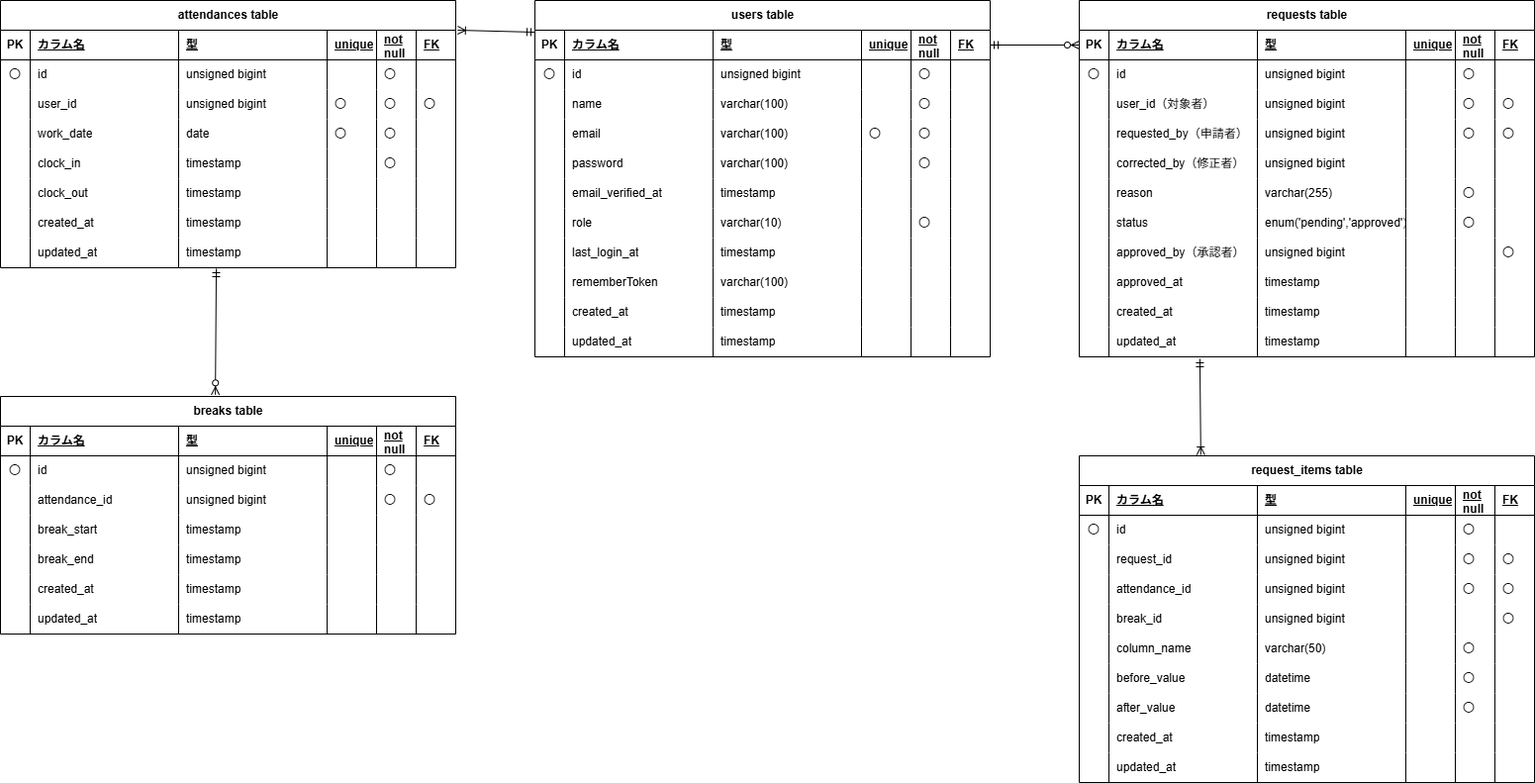
Above: mock-case2.png in ErikoKikuchi/mock-case2 (draw.io), before the change. Source tidied: cells renumbered, new cells last; positions are measured from the earlier drawing's top-left corner, leaving out a move shared by most shapes.
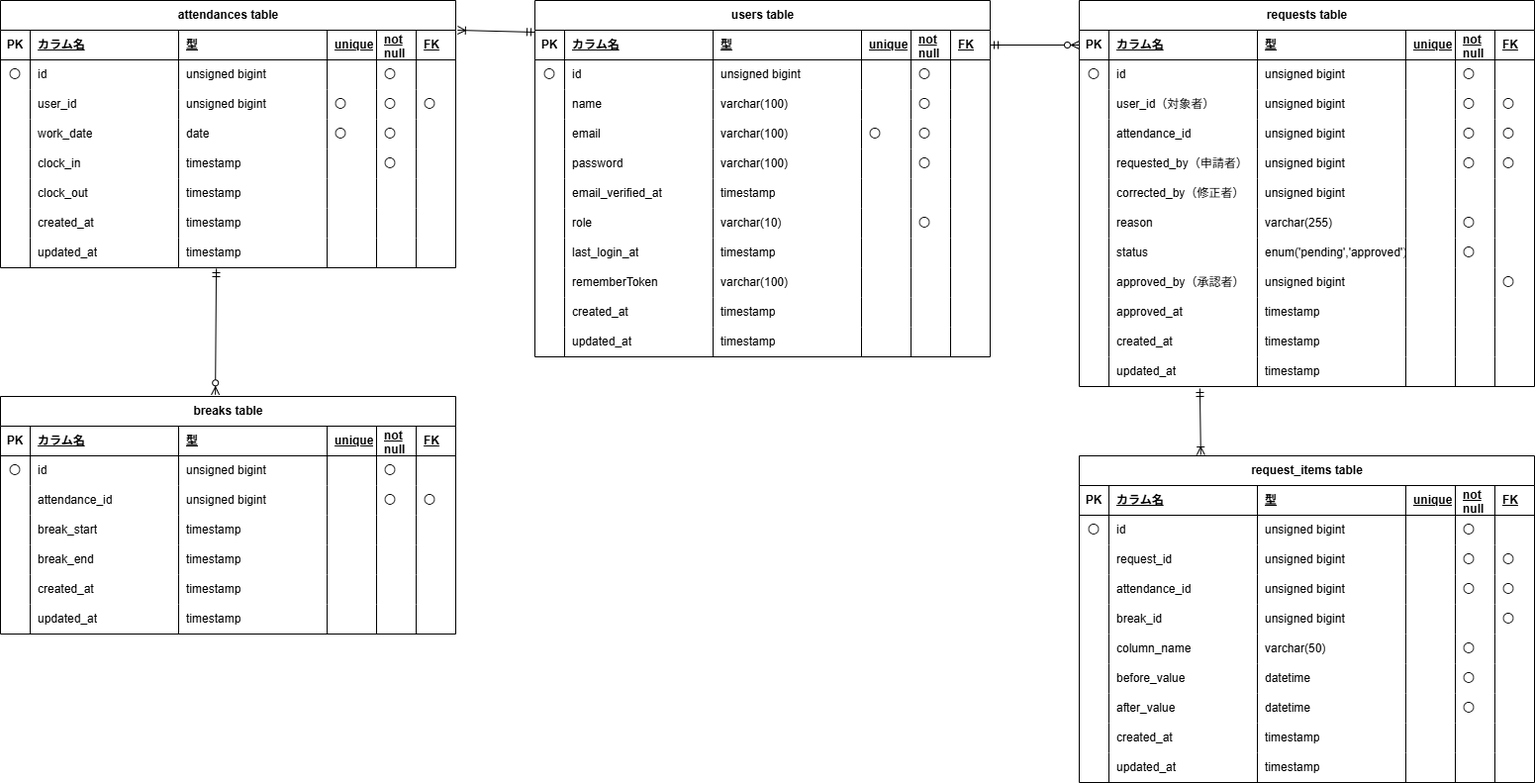
After the change.

What changed in the source:
```diff
@@ -558,7 +558,7 @@
       <mxGeometry x="420" width="40" height="30" as="geometry" />
     </mxCell>
     <mxCell id="187" value="requests table" style="shape=table;startSize=30;rowLines=0;fontStyle=1;align=center;html=1;" parent="1" vertex="1">
-      <mxGeometry x="1090" width="460" height="360" as="geometry" />
+      <mxGeometry x="1090" width="460" height="390" as="geometry" />
     </mxCell>
     <mxCell id="188" style="shape=tableRow;horizontal=0;startSize=0;swimlaneHead=0;swimlaneBody=0;fillColor=none;points=[[0,0.5],[1,0.5]];portConstraint=eastwest;top=0;left=0;right=0;bottom=1;" parent="187" vertex="1">
       <mxGeometry y="30" width="460" height="30" as="geometry" />
@@ -623,8 +623,29 @@
     <mxCell id="208" value="&lt;span style=&quot;color: rgb(0, 0, 0);&quot;&gt;〇&lt;/span&gt;" style="shape=partialRectangle;fillColor=none;top=0;left=0;bottom=0;right=0;align=left;spacingLeft=6;overflow=hidden;whiteSpace=wrap;html=1;" parent="202" vertex="1">
       <mxGeometry x="420" width="40" height="30" as="geometry" />
     </mxCell>
+    <mxCell id="340" style="shape=tableRow;horizontal=0;startSize=0;swimlaneHead=0;swimlaneBody=0;fillColor=none;top=0;left=0;right=0;bottom=0;" parent="187" vertex="1">
+      <mxGeometry y="120" width="460" height="30" as="geometry" />
+    </mxCell>
+    <mxCell id="341" style="shape=partialRectangle;fillColor=none;top=0;left=0;bottom=0;right=0;overflow=hidden;whiteSpace=wrap;html=1;" parent="340" vertex="1">
+      <mxGeometry width="30" height="30" as="geometry" />
+    </mxCell>
+    <mxCell id="342" value="attendance_id" style="shape=partialRectangle;fillColor=none;top=0;left=0;bottom=0;right=0;align=left;spacingLeft=6;overflow=hidden;whiteSpace=wrap;html=1;" parent="340" vertex="1">
+      <mxGeometry x="30" width="150" height="30" as="geometry" />
+    </mxCell>
+    <mxCell id="343" style="shape=partialRectangle;fillColor=none;top=0;left=0;bottom=0;right=0;align=left;spacingLeft=6;overflow=hidden;whiteSpace=wrap;html=1;" parent="340" vertex="1">
+      <mxGeometry x="180" width="150" height="30" as="geometry" />
+    </mxCell>
+    <mxCell id="344" style="shape=partialRectangle;fillColor=none;top=0;left=0;bottom=0;right=0;align=left;spacingLeft=6;overflow=hidden;whiteSpace=wrap;html=1;" parent="340" vertex="1">
+      <mxGeometry x="330" width="50" height="30" as="geometry" />
+    </mxCell>
+    <mxCell id="345" value="〇" style="shape=partialRectangle;fillColor=none;top=0;left=0;bottom=0;right=0;align=left;spacingLeft=6;overflow=hidden;whiteSpace=wrap;html=1;" parent="340" vertex="1">
+      <mxGeometry x="380" width="40" height="30" as="geometry" />
+    </mxCell>
+    <mxCell id="346" value="〇" style="shape=partialRectangle;fillColor=none;top=0;left=0;bottom=0;right=0;align=left;spacingLeft=6;overflow=hidden;whiteSpace=wrap;html=1;" parent="340" vertex="1">
+      <mxGeometry x="420" width="40" height="30" as="geometry" />
+    </mxCell>
     <mxCell id="209" style="shape=tableRow;horizontal=0;startSize=0;swimlaneHead=0;swimlaneBody=0;fillColor=none;top=0;left=0;right=0;bottom=0;" parent="187" vertex="1">
-      <mxGeometry y="120" width="460" height="30" as="geometry" />
+      <mxGeometry y="150" width="460" height="30" as="geometry" />
     </mxCell>
     <mxCell id="210" style="shape=partialRectangle;fillColor=none;top=0;left=0;bottom=0;right=0;overflow=hidden;whiteSpace=wrap;html=1;" parent="209" vertex="1">
       <mxGeometry width="30" height="30" as="geometry" />
@@ -645,7 +666,7 @@
       <mxGeometry x="420" width="40" height="30" as="geometry" />
     </mxCell>
     <mxCell id="216" style="shape=tableRow;horizontal=0;startSize=0;swimlaneHead=0;swimlaneBody=0;fillColor=none;top=0;left=0;right=0;bottom=0;" parent="187" vertex="1">
-      <mxGeometry y="150" width="460" height="30" as="geometry" />
+      <mxGeometry y="180" width="460" height="30" as="geometry" />
     </mxCell>
     <mxCell id="217" style="shape=partialRectangle;fillColor=none;top=0;left=0;bottom=0;right=0;overflow=hidden;whiteSpace=wrap;html=1;" parent="216" vertex="1">
       <mxGeometry width="30" height="30" as="geometry" />
@@ -666,7 +687,7 @@
       <mxGeometry x="420" width="40" height="30" as="geometry" />
     </mxCell>
     <mxCell id="223" style="shape=tableRow;horizontal=0;startSize=0;swimlaneHead=0;swimlaneBody=0;fillColor=none;top=0;left=0;right=0;bottom=0;" parent="187" vertex="1">
-      <mxGeometry y="180" width="460" height="30" as="geometry" />
+      <mxGeometry y="210" width="460" height="30" as="geometry" />
     </mxCell>
     <mxCell id="224" style="shape=partialRectangle;fillColor=none;top=0;left=0;bottom=0;right=0;overflow=hidden;whiteSpace=wrap;html=1;" parent="223" vertex="1">
       <mxGeometry width="30" height="30" as="geometry" />
@@ -687,7 +708,7 @@
       <mxGeometry x="420" width="40" height="30" as="geometry" />
     </mxCell>
     <mxCell id="230" style="shape=tableRow;horizontal=0;startSize=0;swimlaneHead=0;swimlaneBody=0;fillColor=none;top=0;left=0;right=0;bottom=0;" parent="187" vertex="1">
-      <mxGeometry y="210" width="460" height="30" as="geometry" />
+      <mxGeometry y="240" width="460" height="30" as="geometry" />
     </mxCell>
     <mxCell id="231" style="shape=partialRectangle;fillColor=none;top=0;left=0;bottom=0;right=0;overflow=hidden;whiteSpace=wrap;html=1;" parent="230" vertex="1">
       <mxGeometry width="30" height="30" as="geometry" />
@@ -708,7 +729,7 @@
       <mxGeometry x="420" width="40" height="30" as="geometry" />
     </mxCell>
     <mxCell id="237" style="shape=tableRow;horizontal=0;startSize=0;swimlaneHead=0;swimlaneBody=0;fillColor=none;top=0;left=0;right=0;bottom=0;" parent="187" vertex="1">
-      <mxGeometry y="240" width="460" height="30" as="geometry" />
+      <mxGeometry y="270" width="460" height="30" as="geometry" />
     </mxCell>
     <mxCell id="238" style="shape=partialRectangle;fillColor=none;top=0;left=0;bottom=0;right=0;overflow=hidden;whiteSpace=wrap;html=1;" parent="237" vertex="1">
       <mxGeometry width="30" height="30" as="geometry" />
@@ -729,7 +750,7 @@
       <mxGeometry x="420" width="40" height="30" as="geometry" />
     </mxCell>
     <mxCell id="244" style="shape=tableRow;horizontal=0;startSize=0;swimlaneHead=0;swimlaneBody=0;fillColor=none;top=0;left=0;right=0;bottom=0;" parent="187" vertex="1">
-      <mxGeometry y="270" width="460" height="30" as="geometry" />
+      <mxGeometry y="300" width="460" height="30" as="geometry" />
     </mxCell>
     <mxCell id="245" style="shape=partialRectangle;fillColor=none;top=0;left=0;bottom=0;right=0;overflow=hidden;whiteSpace=wrap;html=1;" parent="244" vertex="1">
       <mxGeometry width="30" height="30" as="geometry" />
@@ -750,7 +771,7 @@
       <mxGeometry x="420" width="40" height="30" as="geometry" />
     </mxCell>
     <mxCell id="251" style="shape=tableRow;horizontal=0;startSize=0;swimlaneHead=0;swimlaneBody=0;fillColor=none;top=0;left=0;right=0;bottom=0;" parent="187" vertex="1">
-      <mxGeometry y="300" width="460" height="30" as="geometry" />
+      <mxGeometry y="330" width="460" height="30" as="geometry" />
     </mxCell>
     <mxCell id="252" style="shape=partialRectangle;fillColor=none;top=0;left=0;bottom=0;right=0;overflow=hidden;whiteSpace=wrap;html=1;" parent="251" vertex="1">
       <mxGeometry width="30" height="30" as="geometry" />
@@ -771,7 +792,7 @@
       <mxGeometry x="420" width="40" height="30" as="geometry" />
     </mxCell>
     <mxCell id="258" style="shape=tableRow;horizontal=0;startSize=0;swimlaneHead=0;swimlaneBody=0;fillColor=none;points=[[0,0.5],[1,0.5]];portConstraint=eastwest;top=0;left=0;right=0;bottom=0;" parent="187" vertex="1">
-      <mxGeometry y="330" width="460" height="30" as="geometry" />
+      <mxGeometry y="360" width="460" height="30" as="geometry" />
     </mxCell>
     <mxCell id="259" style="shape=partialRectangle;fillColor=none;top=0;left=0;bottom=0;right=0;overflow=hidden;whiteSpace=wrap;html=1;" parent="258" vertex="1">
       <mxGeometry width="30" height="30" as="geometry" />
@@ -1016,5 +1037,8 @@
     <mxCell id="339" style="fontSize=12;html=1;endArrow=ERoneToMany;startArrow=ERmandOne;exitX=0.265;exitY=1.067;exitDx=0;exitDy=0;exitPerimeter=0;entryX=0.267;entryY=-0.003;entryDx=0;entryDy=0;entryPerimeter=0;" parent="1" edge="1" source="258" target="265">
       <mxGeometry relative="1" as="geometry" />
     </mxCell>
+    <mxCell id="347" value="&lt;span style=&quot;color: rgb(0, 0, 0);&quot;&gt;unsigned bigint&lt;/span&gt;" style="shape=partialRectangle;fillColor=none;top=0;left=0;bottom=0;right=0;align=left;spacingLeft=6;overflow=hidden;whiteSpace=wrap;html=1;" parent="1" vertex="1">
+      <mxGeometry x="1270" y="120" width="150" height="30" as="geometry" />
+    </mxCell>
   </root>
 </mxGraphModel>
```
